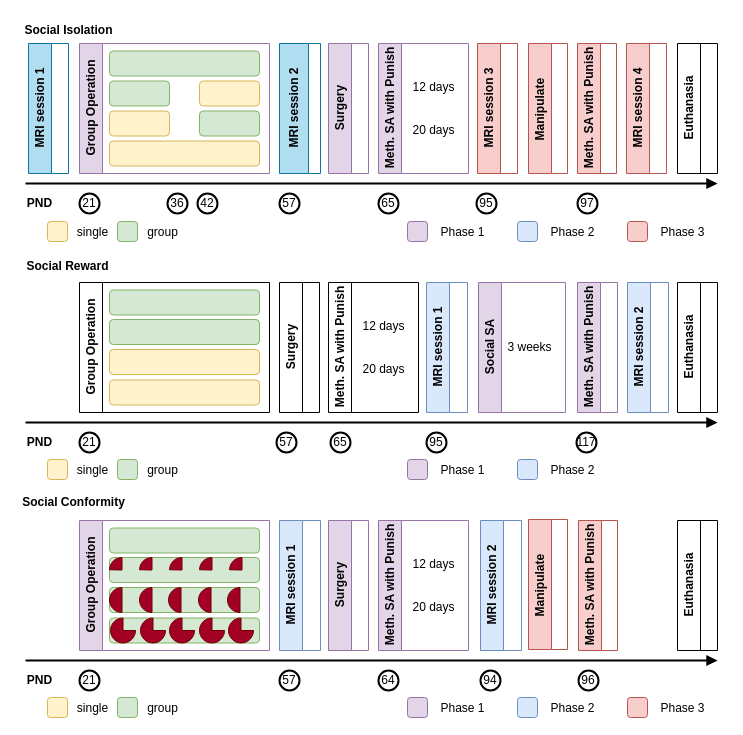
Before: Social_Isolation_Timeline.drawio in Ernest861/demo, a draw.io diagram. Source tidied: cells renumbered, new cells numbered last; positions are measured from the earlier drawing's top-left corner, leaving out a move shared by most shapes. Both pictures are drawn from the tidied source at 100%, with x=0, y=0 at pixel (17, 17).
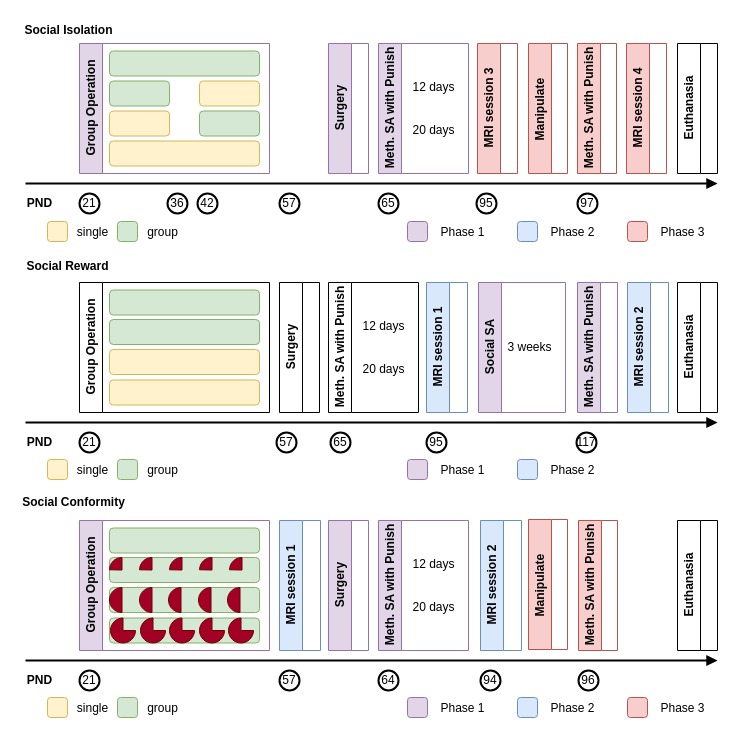
The same diagram, later.

Diff of the diagram source:
```diff
@@
-    <mxCell id="15" value="MRI session 1" style="swimlane;horizontal=0;whiteSpace=wrap;html=1;fillColor=#b1ddf0;strokeColor=#10739e;" parent="1" vertex="1">
-      <mxGeometry x="11" y="26" width="40" height="130" as="geometry" />
-    </mxCell>
@@
-    <mxCell id="18" value="MRI session 2" style="swimlane;horizontal=0;whiteSpace=wrap;html=1;fillColor=#b1ddf0;strokeColor=#10739e;startSize=29;" parent="1" vertex="1">
-      <mxGeometry x="262" y="26" width="41" height="130" as="geometry" />
-    </mxCell>
```
